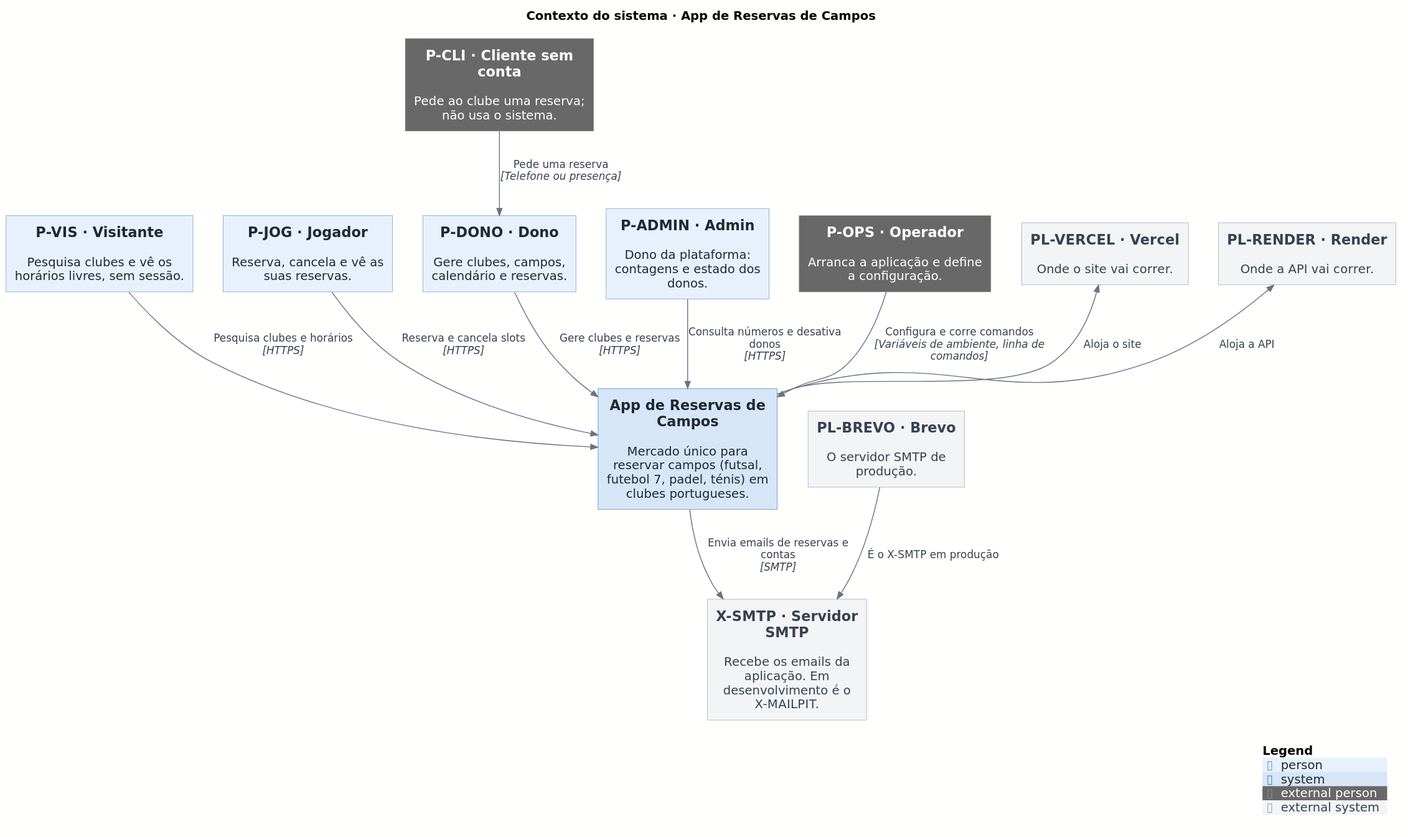
This is docs/architecture/out/01-context.svg from rodrigo4sousa/SportsEstablishments, a PlantUML export, as it was before one commit.
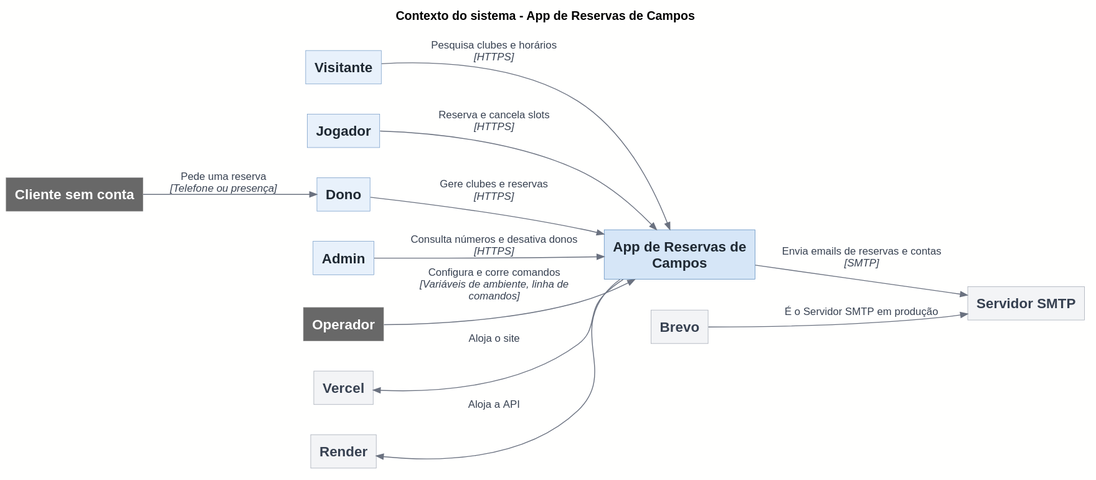
After the change.

Diff of the diagram source:
```diff
@@ -2,23 +2,23 @@
 !include <C4/C4_Context>
 !include ../style.puml
 
-title Contexto do sistema · App de Reservas de Campos
+title Contexto do sistema - App de Reservas de Campos
 
-LAYOUT_TOP_DOWN()
+LAYOUT_LEFT_RIGHT()
 
-Person(P_VIS, "P-VIS · Visitante", "Pesquisa clubes e vê os horários livres, sem sessão.")
-Person(P_JOG, "P-JOG · Jogador", "Reserva, cancela e vê as suas reservas.")
-Person(P_DONO, "P-DONO · Dono", "Gere clubes, campos, calendário e reservas.")
-Person(P_ADMIN, "P-ADMIN · Admin", "Dono da plataforma: contagens e estado dos donos.")
-Person_Ext(P_CLI, "P-CLI · Cliente sem conta", "Pede ao clube uma reserva; não usa o sistema.")
-Person_Ext(P_OPS, "P-OPS · Operador", "Arranca a aplicação e define a configuração.")
+Person(P_VIS, "Visitante")
+Person(P_JOG, "Jogador")
+Person(P_DONO, "Dono")
+Person(P_ADMIN, "Admin")
+Person_Ext(P_CLI, "Cliente sem conta")
+Person_Ext(P_OPS, "Operador")
 
-System(SYS, "App de Reservas de Campos", "Mercado único para reservar campos (futsal, futebol 7, padel, ténis) em clubes portugueses.")
+System(SYS, "App de Reservas de Campos")
 
-System_Ext(X_SMTP, "X-SMTP · Servidor SMTP", "Recebe os emails da aplicação. Em desenvolvimento é o X-MAILPIT.")
-System_Ext(PL_BREVO, "PL-BREVO · Brevo", "O servidor SMTP de produção.")
-System_Ext(PL_VERCEL, "PL-VERCEL · Vercel", "Onde o site vai correr.")
-System_Ext(PL_RENDER, "PL-RENDER · Render", "Onde a API vai correr.")
+System_Ext(X_SMTP, "Servidor SMTP")
+System_Ext(PL_BREVO, "Brevo")
+System_Ext(PL_VERCEL, "Vercel")
+System_Ext(PL_RENDER, "Render")
 
 Rel(P_VIS, SYS, $plain("Pesquisa clubes e horários"), "HTTPS")
 Rel(P_JOG, SYS, $plain("Reserva e cancela slots"), "HTTPS")
@@ -27,9 +27,7 @@
 Rel(P_CLI, P_DONO, $plain("Pede uma reserva"), "Telefone ou presença")
 Rel(P_OPS, SYS, $plain("Configura e corre comandos"), "Variáveis de ambiente, linha de comandos")
 Rel(SYS, X_SMTP, $plain("Envia emails de reservas e contas"), "SMTP")
-Rel(PL_BREVO, X_SMTP, $plain("É o X-SMTP em produção"), "")
+Rel(PL_BREVO, X_SMTP, $plain("É o Servidor SMTP em produção"), "")
 Rel_Back(PL_VERCEL, SYS, $plain("Aloja o site"), "")
 Rel_Back(PL_RENDER, SYS, $plain("Aloja a API"), "")
-
-SHOW_LEGEND()
 @enduml
```
